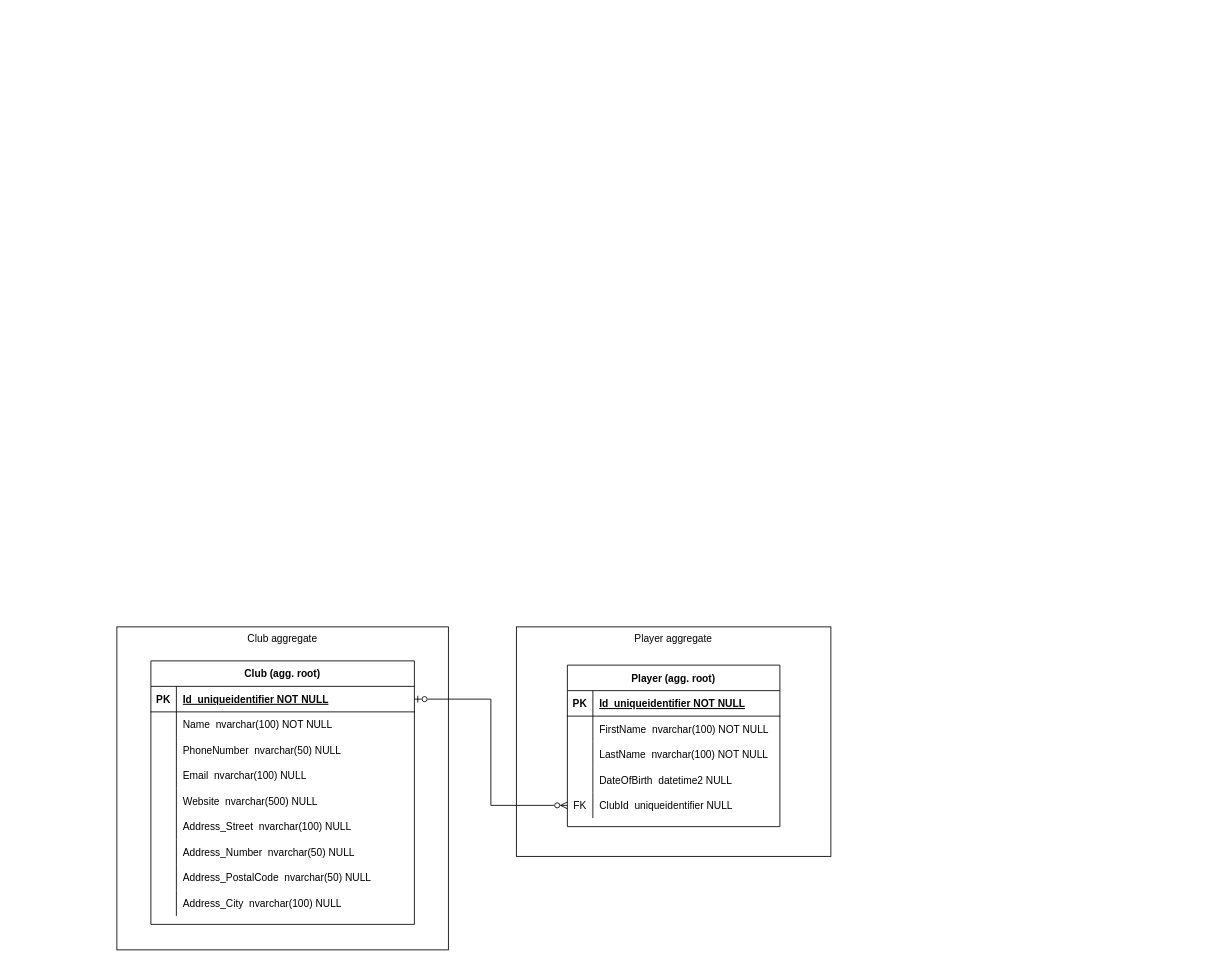
Earlier version of the draw.io diagram documentation/Snooker ERD.drawio (steffbeckers/snooker). Source tidied: cells renumbered, new cells numbered last; positions are measured from the earlier drawing's top-left corner, leaving out a move shared by most shapes. Both pictures are drawn from the tidied source at 85%, with x=0, y=0 at pixel (116, 626).
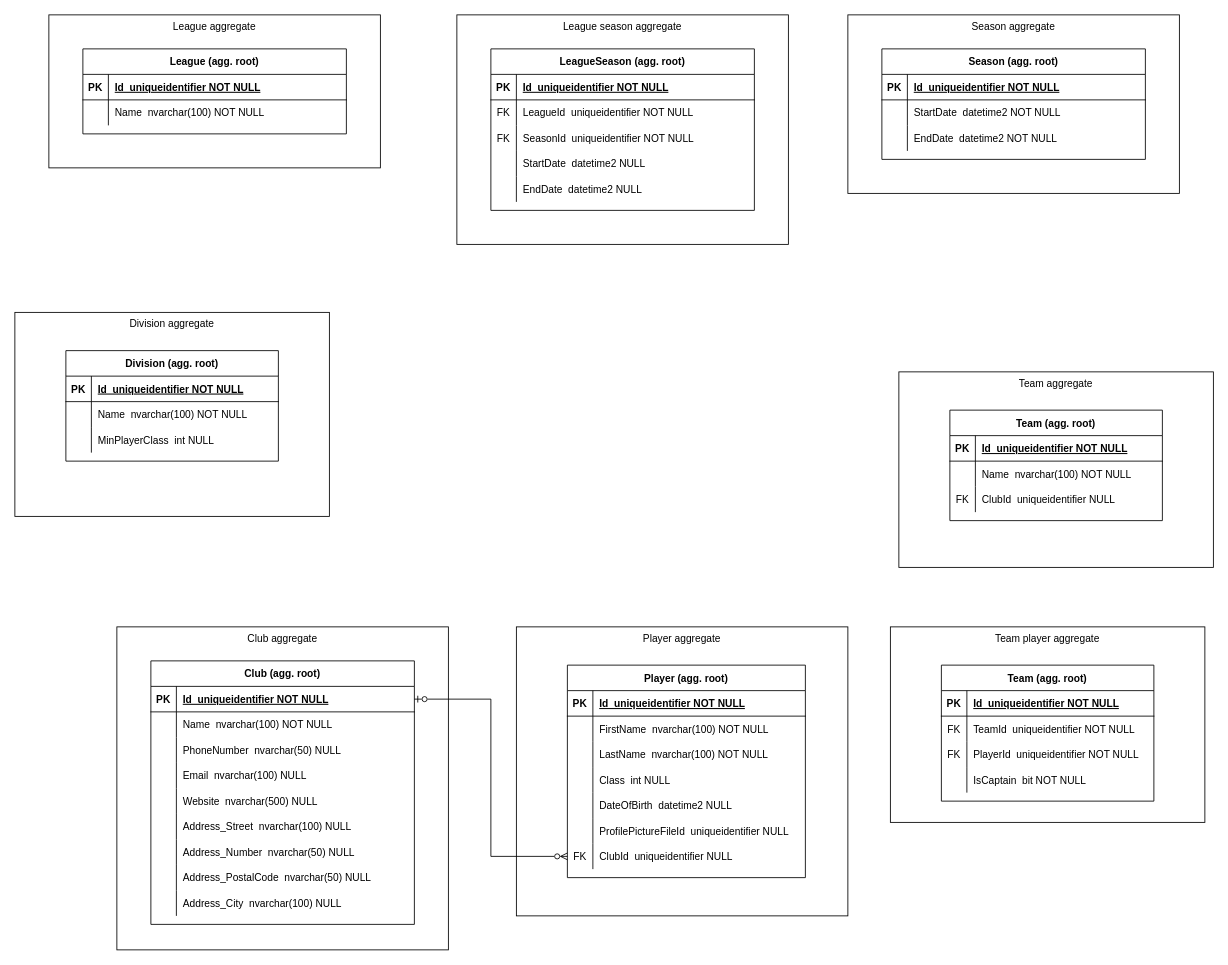
After the change.

The edit, as a diff of the source:
```diff
@@
     <mxCell id="2" value="Player aggregate" style="rounded=0;whiteSpace=wrap;html=1;verticalAlign=top;" parent="1" vertex="1">
-      <mxGeometry x="470" width="370" height="270" as="geometry" />
+      <mxGeometry x="470" width="390" height="340" as="geometry" />
     </mxCell>
@@
     <mxCell id="5" value="Player (agg. root)" style="shape=table;startSize=30;childLayout=tableLayout;rowLines=0;fontStyle=1;align=center;" parent="1" vertex="1">
-      <mxGeometry x="530" y="45" width="250" height="190" as="geometry" />
+      <mxGeometry x="530" y="45" width="280" height="250" as="geometry" />
     </mxCell>
     <mxCell id="6" style="shape=partialRectangle;fillColor=none;top=0;left=0;right=0;bottom=1;" parent="5" vertex="1">
-      <mxGeometry y="30" width="250" height="30" as="geometry" />
+      <mxGeometry y="30" width="280" height="30" as="geometry" />
     </mxCell>
@@
     <mxCell id="8" value="Id  uniqueidentifier NOT NULL " style="shape=partialRectangle;overflow=hidden;fillColor=none;top=0;left=0;bottom=0;right=0;align=left;spacingLeft=6;fontStyle=5;" parent="6" vertex="1">
-      <mxGeometry x="30" width="220" height="30" as="geometry" />
+      <mxGeometry x="30" width="250" height="30" as="geometry" />
     </mxCell>
     <mxCell id="9" style="shape=partialRectangle;fillColor=none;top=0;left=0;right=0;bottom=0;" parent="5" vertex="1">
-      <mxGeometry y="60" width="250" height="30" as="geometry" />
+      <mxGeometry y="60" width="280" height="30" as="geometry" />
     </mxCell>
@@
     <mxCell id="11" value="FirstName  nvarchar(100) NOT NULL" style="shape=partialRectangle;overflow=hidden;fillColor=none;top=0;left=0;bottom=0;right=0;align=left;spacingLeft=6;" parent="9" vertex="1">
-      <mxGeometry x="30" width="220" height="30" as="geometry" />
+      <mxGeometry x="30" width="250" height="30" as="geometry" />
     </mxCell>
     <mxCell id="12" style="shape=partialRectangle;fillColor=none;top=0;left=0;right=0;bottom=0;" parent="5" vertex="1">
-      <mxGeometry y="90" width="250" height="30" as="geometry" />
+      <mxGeometry y="90" width="280" height="30" as="geometry" />
     </mxCell>
@@
     <mxCell id="14" value="LastName  nvarchar(100) NOT NULL" style="shape=partialRectangle;overflow=hidden;fillColor=none;top=0;left=0;bottom=0;right=0;align=left;spacingLeft=6;" parent="12" vertex="1">
-      <mxGeometry x="30" width="220" height="30" as="geometry" />
+      <mxGeometry x="30" width="250" height="30" as="geometry" />
     </mxCell>
     <mxCell id="15" style="shape=partialRectangle;fillColor=none;top=0;left=0;right=0;bottom=0;" parent="5" vertex="1">
-      <mxGeometry y="120" width="250" height="30" as="geometry" />
+      <mxGeometry y="120" width="280" height="30" as="geometry" />
     </mxCell>
@@
-    <mxCell id="17" value="DateOfBirth  datetime2 NULL" style="shape=partialRectangle;overflow=hidden;fillColor=none;top=0;left=0;bottom=0;right=0;align=left;spacingLeft=6;" parent="15" vertex="1">
-      <mxGeometry x="30" width="220" height="30" as="geometry" />
+    <mxCell id="17" value="Class  int NULL" style="shape=partialRectangle;overflow=hidden;fillColor=none;top=0;left=0;bottom=0;right=0;align=left;spacingLeft=6;" parent="15" vertex="1">
+      <mxGeometry x="30" width="250" height="30" as="geometry" />
     </mxCell>
+    <mxCell id="49" style="shape=partialRectangle;fillColor=none;top=0;left=0;right=0;bottom=0;" parent="5" vertex="1">
+      <mxGeometry y="150" width="280" height="30" as="geometry" />
+    </mxCell>
+    <mxCell id="50" style="shape=partialRectangle;overflow=hidden;fillColor=none;top=0;left=0;bottom=0;right=0;" parent="49" vertex="1">
+      <mxGeometry width="30" height="30" as="geometry" />
+    </mxCell>
+    <mxCell id="51" value="DateOfBirth  datetime2 NULL" style="shape=partialRectangle;overflow=hidden;fillColor=none;top=0;left=0;bottom=0;right=0;align=left;spacingLeft=6;" parent="49" vertex="1">
+      <mxGeometry x="30" width="250" height="30" as="geometry" />
+    </mxCell>
+    <mxCell id="52" style="shape=partialRectangle;fillColor=none;top=0;left=0;right=0;bottom=0;" parent="5" vertex="1">
+      <mxGeometry y="180" width="280" height="30" as="geometry" />
+    </mxCell>
+    <mxCell id="53" style="shape=partialRectangle;overflow=hidden;fillColor=none;top=0;left=0;bottom=0;right=0;" parent="52" vertex="1">
+      <mxGeometry width="30" height="30" as="geometry" />
+    </mxCell>
+    <mxCell id="54" value="ProfilePictureFileId  uniqueidentifier NULL" style="shape=partialRectangle;overflow=hidden;fillColor=none;top=0;left=0;bottom=0;right=0;align=left;spacingLeft=6;" parent="52" vertex="1">
+      <mxGeometry x="30" width="250" height="30" as="geometry" />
+    </mxCell>
     <mxCell id="18" style="shape=partialRectangle;fillColor=none;points=[[0,0.5],[1,0.5]];portConstraint=eastwest;top=0;left=0;right=0;bottom=0;" parent="5" vertex="1">
-      <mxGeometry y="150" width="250" height="30" as="geometry" />
+      <mxGeometry y="210" width="280" height="30" as="geometry" />
     </mxCell>
@@
     <mxCell id="20" value="ClubId  uniqueidentifier NULL" style="shape=partialRectangle;overflow=hidden;fillColor=none;top=0;left=0;bottom=0;right=0;align=left;spacingLeft=6;" parent="18" vertex="1">
-      <mxGeometry x="30" width="220" height="30" as="geometry" />
+      <mxGeometry x="30" width="250" height="30" as="geometry" />
     </mxCell>
@@
+    <mxCell id="55" value="League aggregate" style="rounded=0;whiteSpace=wrap;html=1;verticalAlign=top;" parent="1" vertex="1">
+      <mxGeometry x="-80" y="-720" width="390" height="180" as="geometry" />
+    </mxCell>
+    <mxCell id="56" value="League (agg. root)" style="shape=table;startSize=30;childLayout=tableLayout;rowLines=0;fontStyle=1;align=center;" parent="1" vertex="1">
+      <mxGeometry x="-40" y="-680" width="310" height="100" as="geometry" />
+    </mxCell>
+    <mxCell id="57" style="shape=partialRectangle;fillColor=none;top=0;left=0;right=0;bottom=1;" parent="56" vertex="1">
+      <mxGeometry y="30" width="310" height="30" as="geometry" />
+    </mxCell>
+    <mxCell id="58" value="PK" style="shape=partialRectangle;overflow=hidden;fillColor=none;top=0;left=0;bottom=0;right=0;fontStyle=1;" parent="57" vertex="1">
+      <mxGeometry width="30" height="30" as="geometry" />
+    </mxCell>
+    <mxCell id="59" value="Id  uniqueidentifier NOT NULL " style="shape=partialRectangle;overflow=hidden;fillColor=none;top=0;left=0;bottom=0;right=0;align=left;spacingLeft=6;fontStyle=5;" parent="57" vertex="1">
+      <mxGeometry x="30" width="280" height="30" as="geometry" />
+    </mxCell>
+    <mxCell id="60" style="shape=partialRectangle;fillColor=none;top=0;left=0;right=0;bottom=0;" parent="56" vertex="1">
+      <mxGeometry y="60" width="310" height="30" as="geometry" />
+    </mxCell>
+    <mxCell id="61" style="shape=partialRectangle;overflow=hidden;fillColor=none;top=0;left=0;bottom=0;right=0;" parent="60" vertex="1">
+      <mxGeometry width="30" height="30" as="geometry" />
+    </mxCell>
+    <mxCell id="62" value="Name  nvarchar(100) NOT NULL" style="shape=partialRectangle;overflow=hidden;fillColor=none;top=0;left=0;bottom=0;right=0;align=left;spacingLeft=6;" parent="60" vertex="1">
+      <mxGeometry x="30" width="280" height="30" as="geometry" />
+    </mxCell>
+    <mxCell id="63" value="Season aggregate" style="rounded=0;whiteSpace=wrap;html=1;verticalAlign=top;" parent="1" vertex="1">
+      <mxGeometry x="860" y="-720" width="390" height="210" as="geometry" />
+    </mxCell>
+    <mxCell id="64" value="Season (agg. root)" style="shape=table;startSize=30;childLayout=tableLayout;rowLines=0;fontStyle=1;align=center;" parent="1" vertex="1">
+      <mxGeometry x="900" y="-680" width="310" height="130" as="geometry" />
+    </mxCell>
+    <mxCell id="65" style="shape=partialRectangle;fillColor=none;top=0;left=0;right=0;bottom=1;" parent="64" vertex="1">
+      <mxGeometry y="30" width="310" height="30" as="geometry" />
+    </mxCell>
+    <mxCell id="66" value="PK" style="shape=partialRectangle;overflow=hidden;fillColor=none;top=0;left=0;bottom=0;right=0;fontStyle=1;" parent="65" vertex="1">
+      <mxGeometry width="30" height="30" as="geometry" />
+    </mxCell>
+    <mxCell id="67" value="Id  uniqueidentifier NOT NULL " style="shape=partialRectangle;overflow=hidden;fillColor=none;top=0;left=0;bottom=0;right=0;align=left;spacingLeft=6;fontStyle=5;" parent="65" vertex="1">
+      <mxGeometry x="30" width="280" height="30" as="geometry" />
+    </mxCell>
+    <mxCell id="68" style="shape=partialRectangle;fillColor=none;top=0;left=0;right=0;bottom=0;" parent="64" vertex="1">
+      <mxGeometry y="60" width="310" height="30" as="geometry" />
+    </mxCell>
+    <mxCell id="69" style="shape=partialRectangle;overflow=hidden;fillColor=none;top=0;left=0;bottom=0;right=0;" parent="68" vertex="1">
+      <mxGeometry width="30" height="30" as="geometry" />
+    </mxCell>
+    <mxCell id="70" value="StartDate  datetime2 NOT NULL" style="shape=partialRectangle;overflow=hidden;fillColor=none;top=0;left=0;bottom=0;right=0;align=left;spacingLeft=6;" parent="68" vertex="1">
+      <mxGeometry x="30" width="280" height="30" as="geometry" />
+    </mxCell>
+    <mxCell id="71" style="shape=partialRectangle;fillColor=none;top=0;left=0;right=0;bottom=0;" parent="64" vertex="1">
+      <mxGeometry y="90" width="310" height="30" as="geometry" />
+    </mxCell>
+    <mxCell id="72" style="shape=partialRectangle;overflow=hidden;fillColor=none;top=0;left=0;bottom=0;right=0;" parent="71" vertex="1">
+      <mxGeometry width="30" height="30" as="geometry" />
+    </mxCell>
+    <mxCell id="73" value="EndDate  datetime2 NOT NULL" style="shape=partialRectangle;overflow=hidden;fillColor=none;top=0;left=0;bottom=0;right=0;align=left;spacingLeft=6;" parent="71" vertex="1">
+      <mxGeometry x="30" width="280" height="30" as="geometry" />
+    </mxCell>
+    <mxCell id="74" value="League season aggregate" style="rounded=0;whiteSpace=wrap;html=1;verticalAlign=top;" parent="1" vertex="1">
+      <mxGeometry x="400" y="-720" width="390" height="270" as="geometry" />
+    </mxCell>
+    <mxCell id="75" value="LeagueSeason (agg. root)" style="shape=table;startSize=30;childLayout=tableLayout;rowLines=0;fontStyle=1;align=center;" parent="1" vertex="1">
+      <mxGeometry x="440" y="-680" width="310" height="190" as="geometry" />
+    </mxCell>
+    <mxCell id="76" style="shape=partialRectangle;fillColor=none;top=0;left=0;right=0;bottom=1;" parent="75" vertex="1">
+      <mxGeometry y="30" width="310" height="30" as="geometry" />
+    </mxCell>
+    <mxCell id="77" value="PK" style="shape=partialRectangle;overflow=hidden;fillColor=none;top=0;left=0;bottom=0;right=0;fontStyle=1;" parent="76" vertex="1">
+      <mxGeometry width="30" height="30" as="geometry" />
+    </mxCell>
+    <mxCell id="78" value="Id  uniqueidentifier NOT NULL " style="shape=partialRectangle;overflow=hidden;fillColor=none;top=0;left=0;bottom=0;right=0;align=left;spacingLeft=6;fontStyle=5;" parent="76" vertex="1">
+      <mxGeometry x="30" width="280" height="30" as="geometry" />
+    </mxCell>
+    <mxCell id="79" style="shape=partialRectangle;fillColor=none;top=0;left=0;right=0;bottom=0;" parent="75" vertex="1">
+      <mxGeometry y="60" width="310" height="30" as="geometry" />
+    </mxCell>
+    <mxCell id="80" value="FK" style="shape=partialRectangle;overflow=hidden;fillColor=none;top=0;left=0;bottom=0;right=0;" parent="79" vertex="1">
+      <mxGeometry width="30" height="30" as="geometry" />
+    </mxCell>
+    <mxCell id="81" value="LeagueId  uniqueidentifier NOT NULL" style="shape=partialRectangle;overflow=hidden;fillColor=none;top=0;left=0;bottom=0;right=0;align=left;spacingLeft=6;" parent="79" vertex="1">
+      <mxGeometry x="30" width="280" height="30" as="geometry" />
+    </mxCell>
+    <mxCell id="82" style="shape=partialRectangle;fillColor=none;top=0;left=0;right=0;bottom=0;" parent="75" vertex="1">
+      <mxGeometry y="90" width="310" height="30" as="geometry" />
+    </mxCell>
+    <mxCell id="83" value="FK" style="shape=partialRectangle;overflow=hidden;fillColor=none;top=0;left=0;bottom=0;right=0;" parent="82" vertex="1">
+      <mxGeometry width="30" height="30" as="geometry" />
+    </mxCell>
+    <mxCell id="84" value="SeasonId  uniqueidentifier NOT NULL" style="shape=partialRectangle;overflow=hidden;fillColor=none;top=0;left=0;bottom=0;right=0;align=left;spacingLeft=6;" parent="82" vertex="1">
+      <mxGeometry x="30" width="280" height="30" as="geometry" />
+    </mxCell>
+    <mxCell id="85" style="shape=partialRectangle;fillColor=none;top=0;left=0;right=0;bottom=0;" parent="75" vertex="1">
+      <mxGeometry y="120" width="310" height="30" as="geometry" />
+    </mxCell>
+    <mxCell id="86" style="shape=partialRectangle;overflow=hidden;fillColor=none;top=0;left=0;bottom=0;right=0;" parent="85" vertex="1">
+      <mxGeometry width="30" height="30" as="geometry" />
+    </mxCell>
+    <mxCell id="87" value="StartDate  datetime2 NULL" style="shape=partialRectangle;overflow=hidden;fillColor=none;top=0;left=0;bottom=0;right=0;align=left;spacingLeft=6;" parent="85" vertex="1">
+      <mxGeometry x="30" width="280" height="30" as="geometry" />
+    </mxCell>
+    <mxCell id="88" style="shape=partialRectangle;fillColor=none;top=0;left=0;right=0;bottom=0;" parent="75" vertex="1">
+      <mxGeometry y="150" width="310" height="30" as="geometry" />
+    </mxCell>
+    <mxCell id="89" style="shape=partialRectangle;overflow=hidden;fillColor=none;top=0;left=0;bottom=0;right=0;" parent="88" vertex="1">
+      <mxGeometry width="30" height="30" as="geometry" />
+    </mxCell>
+    <mxCell id="90" value="EndDate  datetime2 NULL" style="shape=partialRectangle;overflow=hidden;fillColor=none;top=0;left=0;bottom=0;right=0;align=left;spacingLeft=6;" parent="88" vertex="1">
+      <mxGeometry x="30" width="280" height="30" as="geometry" />
+    </mxCell>
+    <mxCell id="91" value="Team aggregate" style="rounded=0;whiteSpace=wrap;html=1;verticalAlign=top;" parent="1" vertex="1">
+      <mxGeometry x="920" y="-300" width="370" height="230" as="geometry" />
+    </mxCell>
+    <mxCell id="92" value="Team (agg. root)" style="shape=table;startSize=30;childLayout=tableLayout;rowLines=0;fontStyle=1;align=center;" parent="1" vertex="1">
+      <mxGeometry x="980" y="-255" width="250" height="130" as="geometry" />
+    </mxCell>
+    <mxCell id="93" style="shape=partialRectangle;fillColor=none;top=0;left=0;right=0;bottom=1;" parent="92" vertex="1">
+      <mxGeometry y="30" width="250" height="30" as="geometry" />
+    </mxCell>
+    <mxCell id="94" value="PK" style="shape=partialRectangle;overflow=hidden;fillColor=none;top=0;left=0;bottom=0;right=0;fontStyle=1;" parent="93" vertex="1">
+      <mxGeometry width="30" height="30" as="geometry" />
+    </mxCell>
+    <mxCell id="95" value="Id  uniqueidentifier NOT NULL " style="shape=partialRectangle;overflow=hidden;fillColor=none;top=0;left=0;bottom=0;right=0;align=left;spacingLeft=6;fontStyle=5;" parent="93" vertex="1">
+      <mxGeometry x="30" width="220" height="30" as="geometry" />
+    </mxCell>
+    <mxCell id="96" style="shape=partialRectangle;fillColor=none;top=0;left=0;right=0;bottom=0;" parent="92" vertex="1">
+      <mxGeometry y="60" width="250" height="30" as="geometry" />
+    </mxCell>
+    <mxCell id="97" style="shape=partialRectangle;overflow=hidden;fillColor=none;top=0;left=0;bottom=0;right=0;" parent="96" vertex="1">
+      <mxGeometry width="30" height="30" as="geometry" />
+    </mxCell>
+    <mxCell id="98" value="Name  nvarchar(100) NOT NULL" style="shape=partialRectangle;overflow=hidden;fillColor=none;top=0;left=0;bottom=0;right=0;align=left;spacingLeft=6;" parent="96" vertex="1">
+      <mxGeometry x="30" width="220" height="30" as="geometry" />
+    </mxCell>
+    <mxCell id="99" style="shape=partialRectangle;fillColor=none;top=0;left=0;right=0;bottom=0;" parent="92" vertex="1">
+      <mxGeometry y="90" width="250" height="30" as="geometry" />
+    </mxCell>
+    <mxCell id="100" value="FK" style="shape=partialRectangle;overflow=hidden;fillColor=none;top=0;left=0;bottom=0;right=0;" parent="99" vertex="1">
+      <mxGeometry width="30" height="30" as="geometry" />
+    </mxCell>
+    <mxCell id="101" value="ClubId  uniqueidentifier NULL" style="shape=partialRectangle;overflow=hidden;fillColor=none;top=0;left=0;bottom=0;right=0;align=left;spacingLeft=6;" parent="99" vertex="1">
+      <mxGeometry x="30" width="220" height="30" as="geometry" />
+    </mxCell>
+    <mxCell id="102" value="Team player aggregate" style="rounded=0;whiteSpace=wrap;html=1;verticalAlign=top;" parent="1" vertex="1">
+      <mxGeometry x="910" width="370" height="230" as="geometry" />
+    </mxCell>
+    <mxCell id="103" value="Team (agg. root)" style="shape=table;startSize=30;childLayout=tableLayout;rowLines=0;fontStyle=1;align=center;" parent="1" vertex="1">
+      <mxGeometry x="970" y="45" width="250" height="160" as="geometry" />
+    </mxCell>
+    <mxCell id="104" style="shape=partialRectangle;fillColor=none;top=0;left=0;right=0;bottom=1;" parent="103" vertex="1">
+      <mxGeometry y="30" width="250" height="30" as="geometry" />
+    </mxCell>
+    <mxCell id="105" value="PK" style="shape=partialRectangle;overflow=hidden;fillColor=none;top=0;left=0;bottom=0;right=0;fontStyle=1;" parent="104" vertex="1">
+      <mxGeometry width="30" height="30" as="geometry" />
+    </mxCell>
+    <mxCell id="106" value="Id  uniqueidentifier NOT NULL " style="shape=partialRectangle;overflow=hidden;fillColor=none;top=0;left=0;bottom=0;right=0;align=left;spacingLeft=6;fontStyle=5;" parent="104" vertex="1">
+      <mxGeometry x="30" width="220" height="30" as="geometry" />
+    </mxCell>
+    <mxCell id="107" style="shape=partialRectangle;fillColor=none;top=0;left=0;right=0;bottom=0;" parent="103" vertex="1">
+      <mxGeometry y="60" width="250" height="30" as="geometry" />
+    </mxCell>
+    <mxCell id="108" value="FK" style="shape=partialRectangle;overflow=hidden;fillColor=none;top=0;left=0;bottom=0;right=0;" parent="107" vertex="1">
+      <mxGeometry width="30" height="30" as="geometry" />
+    </mxCell>
+    <mxCell id="109" value="TeamId  uniqueidentifier NOT NULL" style="shape=partialRectangle;overflow=hidden;fillColor=none;top=0;left=0;bottom=0;right=0;align=left;spacingLeft=6;" parent="107" vertex="1">
+      <mxGeometry x="30" width="220" height="30" as="geometry" />
+    </mxCell>
+    <mxCell id="110" style="shape=partialRectangle;fillColor=none;top=0;left=0;right=0;bottom=0;" parent="103" vertex="1">
+      <mxGeometry y="90" width="250" height="30" as="geometry" />
+    </mxCell>
+    <mxCell id="111" value="FK" style="shape=partialRectangle;overflow=hidden;fillColor=none;top=0;left=0;bottom=0;right=0;" parent="110" vertex="1">
+      <mxGeometry width="30" height="30" as="geometry" />
+    </mxCell>
+    <mxCell id="112" value="PlayerId  uniqueidentifier NOT NULL" style="shape=partialRectangle;overflow=hidden;fillColor=none;top=0;left=0;bottom=0;right=0;align=left;spacingLeft=6;" parent="110" vertex="1">
+      <mxGeometry x="30" width="220" height="30" as="geometry" />
+    </mxCell>
+    <mxCell id="113" style="shape=partialRectangle;fillColor=none;top=0;left=0;right=0;bottom=0;" parent="103" vertex="1">
+      <mxGeometry y="120" width="250" height="30" as="geometry" />
+    </mxCell>
+    <mxCell id="114" style="shape=partialRectangle;overflow=hidden;fillColor=none;top=0;left=0;bottom=0;right=0;" parent="113" vertex="1">
+      <mxGeometry width="30" height="30" as="geometry" />
+    </mxCell>
+    <mxCell id="115" value="IsCaptain  bit NOT NULL" style="shape=partialRectangle;overflow=hidden;fillColor=none;top=0;left=0;bottom=0;right=0;align=left;spacingLeft=6;" parent="113" vertex="1">
+      <mxGeometry x="30" width="220" height="30" as="geometry" />
+    </mxCell>
+    <mxCell id="116" value="Division aggregate" style="rounded=0;whiteSpace=wrap;html=1;verticalAlign=top;" parent="1" vertex="1">
+      <mxGeometry x="-120" y="-370" width="370" height="240" as="geometry" />
+    </mxCell>
+    <mxCell id="117" value="Division (agg. root)" style="shape=table;startSize=30;childLayout=tableLayout;rowLines=0;fontStyle=1;align=center;" parent="1" vertex="1">
+      <mxGeometry x="-60" y="-325" width="250" height="130" as="geometry" />
+    </mxCell>
+    <mxCell id="118" style="shape=partialRectangle;fillColor=none;top=0;left=0;right=0;bottom=1;" parent="117" vertex="1">
+      <mxGeometry y="30" width="250" height="30" as="geometry" />
+    </mxCell>
+    <mxCell id="119" value="PK" style="shape=partialRectangle;overflow=hidden;fillColor=none;top=0;left=0;bottom=0;right=0;fontStyle=1;" parent="118" vertex="1">
+      <mxGeometry width="30" height="30" as="geometry" />
+    </mxCell>
+    <mxCell id="120" value="Id  uniqueidentifier NOT NULL " style="shape=partialRectangle;overflow=hidden;fillColor=none;top=0;left=0;bottom=0;right=0;align=left;spacingLeft=6;fontStyle=5;" parent="118" vertex="1">
+      <mxGeometry x="30" width="220" height="30" as="geometry" />
+    </mxCell>
+    <mxCell id="121" style="shape=partialRectangle;fillColor=none;top=0;left=0;right=0;bottom=0;" parent="117" vertex="1">
+      <mxGeometry y="60" width="250" height="30" as="geometry" />
+    </mxCell>
+    <mxCell id="122" style="shape=partialRectangle;overflow=hidden;fillColor=none;top=0;left=0;bottom=0;right=0;" parent="121" vertex="1">
+      <mxGeometry width="30" height="30" as="geometry" />
+    </mxCell>
+    <mxCell id="123" value="Name  nvarchar(100) NOT NULL" style="shape=partialRectangle;overflow=hidden;fillColor=none;top=0;left=0;bottom=0;right=0;align=left;spacingLeft=6;" parent="121" vertex="1">
+      <mxGeometry x="30" width="220" height="30" as="geometry" />
+    </mxCell>
+    <mxCell id="124" style="shape=partialRectangle;fillColor=none;top=0;left=0;right=0;bottom=0;" parent="117" vertex="1">
+      <mxGeometry y="90" width="250" height="30" as="geometry" />
+    </mxCell>
+    <mxCell id="125" style="shape=partialRectangle;overflow=hidden;fillColor=none;top=0;left=0;bottom=0;right=0;" parent="124" vertex="1">
+      <mxGeometry width="30" height="30" as="geometry" />
+    </mxCell>
+    <mxCell id="126" value="MinPlayerClass  int NULL" style="shape=partialRectangle;overflow=hidden;fillColor=none;top=0;left=0;bottom=0;right=0;align=left;spacingLeft=6;" parent="124" vertex="1">
+      <mxGeometry x="30" width="220" height="30" as="geometry" />
+    </mxCell>
```
